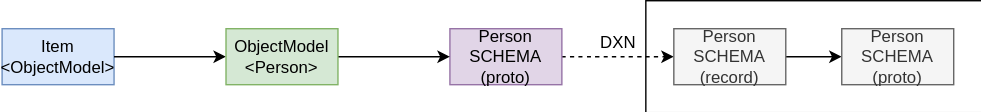
Above: docs/assets/diagrams/schema.drawio.svg in dxos/dxos (draw.io), before the change. Source tidied: cells renumbered, new cells last; positions are measured from the earlier drawing's top-left corner, leaving out a move shared by most shapes. Its diagram source:
```xml
<mxGraphModel>
  <root>
    <mxCell id="0" />
    <mxCell id="1" parent="0" />
    <mxCell id="2" style="whiteSpace=wrap;html=1;strokeWidth=0;dashed=1;" parent="1" vertex="1">
      <mxGeometry x="460" width="240" height="80" as="geometry" />
    </mxCell>
    <mxCell id="3" style="edgeStyle=none;html=1;exitX=1;exitY=0.5;exitDx=0;exitDy=0;dashed=1;curved=1;" parent="1" edge="1" source="4" target="6">
      <mxGeometry relative="1" as="geometry" />
    </mxCell>
    <mxCell id="4" value="Person&lt;br&gt;SCHEMA&lt;br&gt;(proto)" style="rounded=0;whiteSpace=wrap;html=1;fillColor=#e1d5e7;strokeColor=#9673a6;" parent="1" vertex="1">
      <mxGeometry x="320" y="20" width="80" height="40" as="geometry" />
    </mxCell>
    <mxCell id="5" style="edgeStyle=none;html=1;exitX=1;exitY=0.5;exitDx=0;exitDy=0;entryX=0;entryY=0.5;entryDx=0;entryDy=0;curved=1;" parent="1" edge="1" source="6" target="13">
      <mxGeometry relative="1" as="geometry" />
    </mxCell>
    <mxCell id="6" value="Person&lt;br&gt;SCHEMA&lt;br&gt;(record)" style="rounded=0;whiteSpace=wrap;html=1;fillColor=#f5f5f5;strokeColor=#666666;fontColor=#333333;" parent="1" vertex="1">
      <mxGeometry x="480" y="20" width="80" height="40" as="geometry" />
    </mxCell>
    <mxCell id="7" style="edgeStyle=none;html=1;exitX=1;exitY=0.5;exitDx=0;exitDy=0;curved=1;" parent="1" edge="1" target="11">
      <mxGeometry relative="1" as="geometry" />
    </mxCell>
    <mxCell id="8" value="Item&lt;br&gt;&amp;lt;ObjectModel&amp;gt;" style="rounded=0;whiteSpace=wrap;html=1;fillColor=#dae8fc;strokeColor=#6c8ebf;" parent="1" vertex="1">
      <mxGeometry y="20" width="80" height="40" as="geometry" />
    </mxCell>
    <mxCell id="9" style="edgeStyle=none;html=1;exitX=1;exitY=0.5;exitDx=0;exitDy=0;entryX=0;entryY=0.5;entryDx=0;entryDy=0;curved=1;" parent="1" edge="1" source="11" target="4">
      <mxGeometry relative="1" as="geometry" />
    </mxCell>
    <mxCell id="10" style="edgeStyle=none;html=1;entryX=0;entryY=0.5;entryDx=0;entryDy=0;exitX=1;exitY=0.5;exitDx=0;exitDy=0;curved=1;" parent="1" edge="1" source="8" target="11">
      <mxGeometry relative="1" as="geometry" />
    </mxCell>
    <mxCell id="11" value="ObjectModel&lt;br&gt;&amp;lt;Person&amp;gt;" style="rounded=0;whiteSpace=wrap;html=1;fillColor=#d5e8d4;strokeColor=#82b366;" parent="1" vertex="1">
      <mxGeometry x="160" y="20" width="80" height="40" as="geometry" />
    </mxCell>
    <mxCell id="12" value="DXN" style="text;html=1;align=center;verticalAlign=middle;fillColor=none;strokeColor=none;rounded=0;" parent="1" vertex="1">
      <mxGeometry x="420" y="20" width="40" height="20" as="geometry" />
    </mxCell>
    <mxCell id="13" value="Person&lt;br&gt;SCHEMA&lt;br&gt;(proto)" style="rounded=0;whiteSpace=wrap;html=1;fillColor=#f5f5f5;strokeColor=#666666;fontColor=#333333;" parent="1" vertex="1">
      <mxGeometry x="600" y="20" width="80" height="40" as="geometry" />
    </mxCell>
  </root>
</mxGraphModel>
```
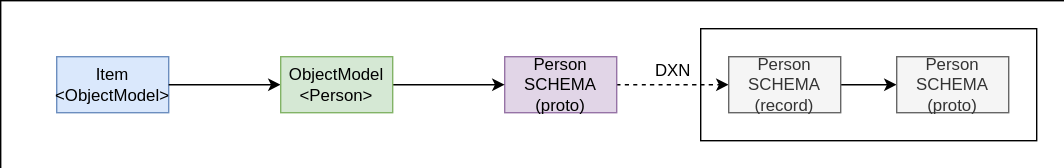
The same diagram one commit later.

The edit, as a diff of the source:
```diff
@@ -2,6 +2,9 @@
   <root>
     <mxCell id="0" />
     <mxCell id="1" parent="0" />
+    <mxCell id="14" style="whiteSpace=wrap;html=1;strokeWidth=0;dashed=1;fillColor=none;" parent="1" vertex="1">
+      <mxGeometry x="-40" y="-20" width="760" height="120" as="geometry" />
+    </mxCell>
     <mxCell id="2" style="whiteSpace=wrap;html=1;strokeWidth=0;dashed=1;" parent="1" vertex="1">
       <mxGeometry x="460" width="240" height="80" as="geometry" />
     </mxCell>
```
